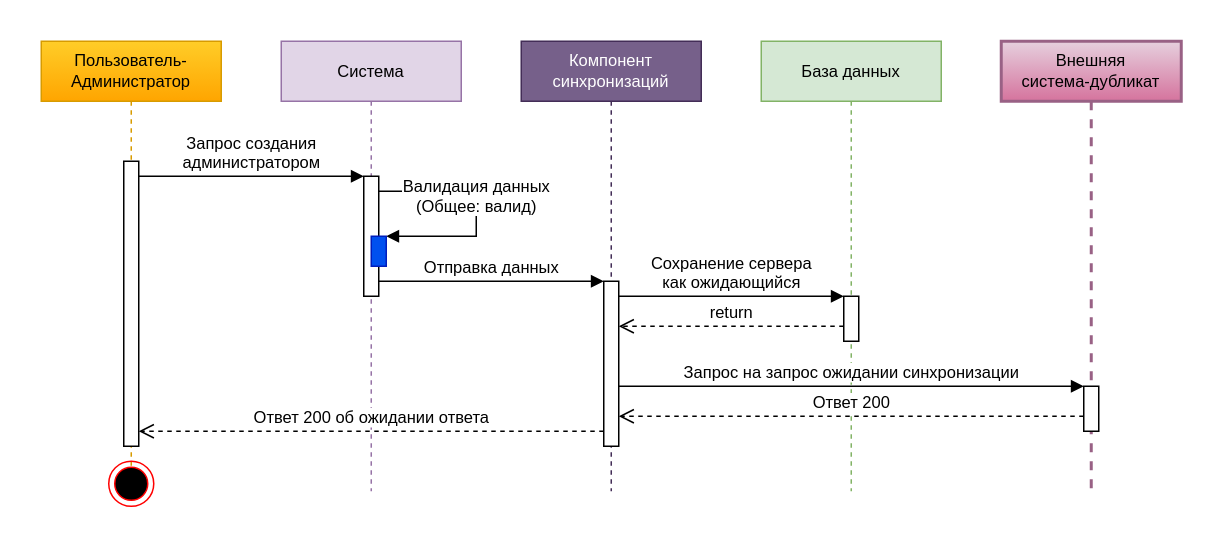
This is page "🔗Sync: создание" (5 of 28) of docs/Последовательности.drawio from Kopchan/wepicsync, a draw.io file, before an edit. Source tidied: cells renumbered, new cells numbered last; positions are measured from the earlier drawing's top-left corner, leaving out a move shared by most shapes. Both pictures are drawn from the tidied source at 150%, with x=0, y=0 at pixel (40, 40).
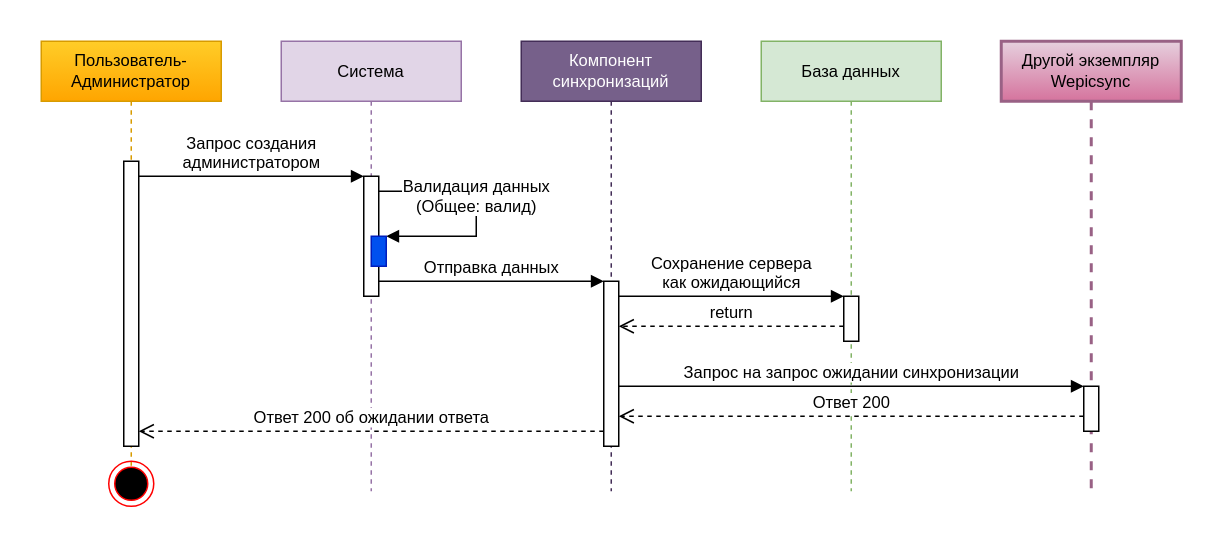
The same diagram, later.

The edit, as a diff of the source:
```diff
@@
+    <mxCell id="22" style="rounded=0;whiteSpace=wrap;html=1;fillColor=none;strokeColor=none;" parent="1" vertex="1">
+      <mxGeometry x="-10" y="-10" width="780" height="330" as="geometry" />
+    </mxCell>
@@
-    <mxCell id="18" value="Внешняя &lt;br&gt;система-дубликат" style="shape=umlLifeline;perimeter=lifelinePerimeter;whiteSpace=wrap;html=1;labelBackgroundColor=none;strokeColor=#996185;fontFamily=Helvetica;fontSize=11;fillColor=#e6d0de;strokeWidth=2;gradientColor=#d5739d;" parent="1" vertex="1">
+    <mxCell id="18" value="Другой экземпляр&lt;br style=&quot;border-color: var(--border-color);&quot;&gt;Wepicsync" style="shape=umlLifeline;perimeter=lifelinePerimeter;whiteSpace=wrap;html=1;labelBackgroundColor=none;strokeColor=#996185;fontFamily=Helvetica;fontSize=11;fillColor=#e6d0de;strokeWidth=2;gradientColor=#d5739d;" parent="1" vertex="1">
       <mxGeometry x="640" width="120" height="300" as="geometry" />
     </mxCell>
```
